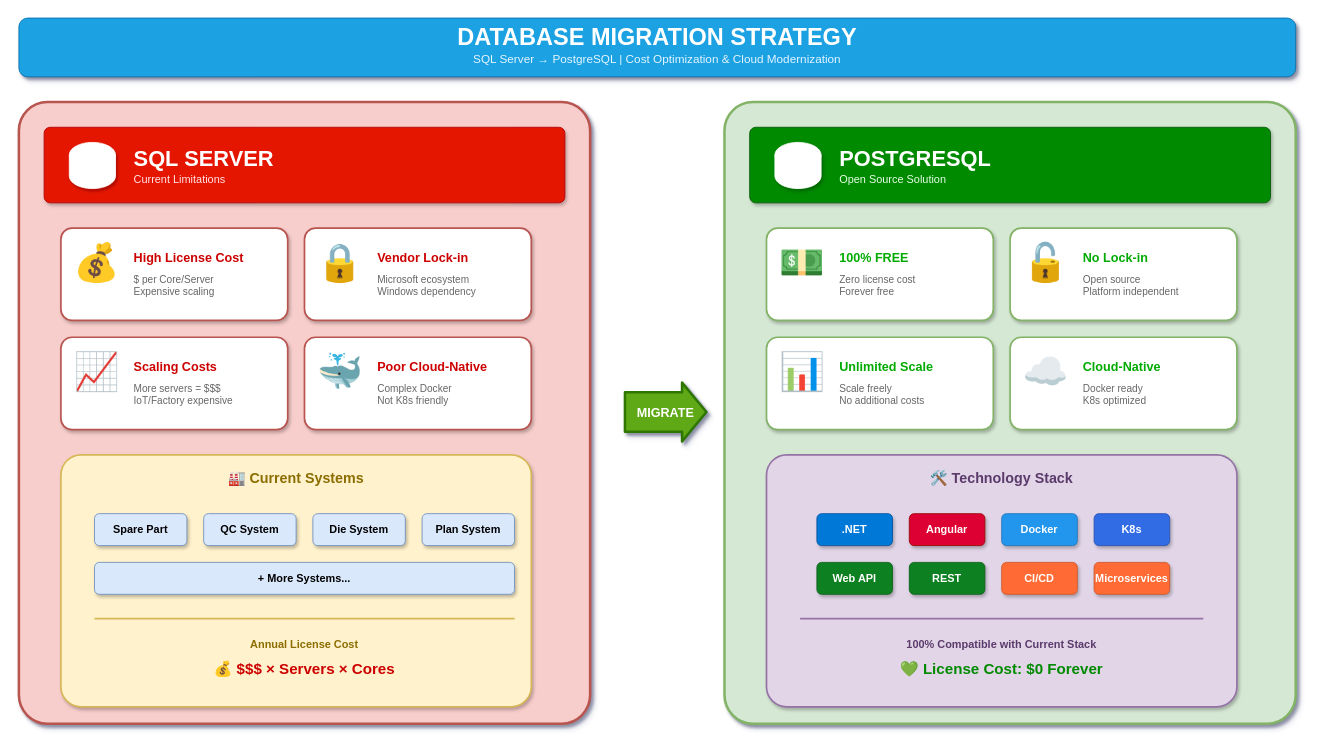
Above: migration-strategy.drawio in tien01nx/angular111 (draw.io), before the change. Source tidied: cells renumbered, new cells numbered last; positions are measured from the earlier drawing's top-left corner, leaving out a move shared by most shapes. Both pictures are drawn from the tidied source at 84%, with x=0, y=0 at pixel (18, 18).
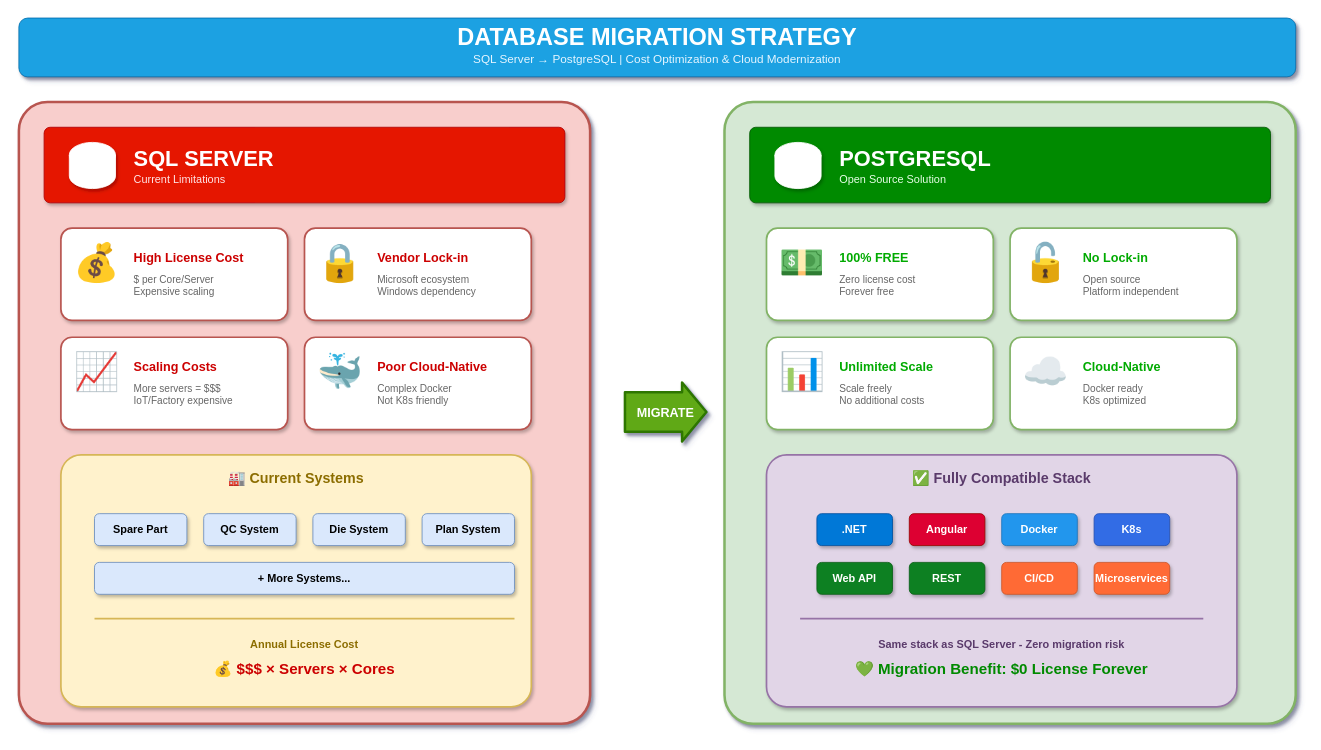
The same page after the edit.

Diff of the diagram source:
```diff
@@
-    <mxCell id="60" value="🛠️ Technology Stack" style="text;html=1;strokeColor=none;fillColor=none;align=center;verticalAlign=middle;whiteSpace=wrap;rounded=0;fontSize=17;fontStyle=1;fontColor=#5A3A6B;" parent="1" vertex="1">
+    <mxCell id="60" value="✅ Fully Compatible Stack" style="text;html=1;strokeColor=none;fillColor=none;align=center;verticalAlign=middle;whiteSpace=wrap;rounded=0;fontSize=17;fontStyle=1;fontColor=#5A3A6B;" parent="1" vertex="1">
       <mxGeometry x="890" y="535" width="560" height="28" as="geometry" />
     </mxCell>
@@
-    <mxCell id="70" value="100% Compatible with Current Stack" style="text;html=1;strokeColor=none;fillColor=none;align=center;verticalAlign=middle;whiteSpace=wrap;rounded=0;fontSize=13;fontStyle=1;fontColor=#5A3A6B;" parent="1" vertex="1">
+    <mxCell id="70" value="Same stack as SQL Server - Zero migration risk" style="text;html=1;strokeColor=none;fillColor=none;align=center;verticalAlign=middle;whiteSpace=wrap;rounded=0;fontSize=13;fontStyle=1;fontColor=#5A3A6B;" parent="1" vertex="1">
       <mxGeometry x="930" y="735" width="480" height="20" as="geometry" />
     </mxCell>
-    <mxCell id="71" value="💚 License Cost: $0 Forever" style="text;html=1;strokeColor=none;fillColor=none;align=center;verticalAlign=middle;whiteSpace=wrap;rounded=0;fontSize=18;fontStyle=1;fontColor=#008A00;" parent="1" vertex="1">
+    <mxCell id="71" value="💚 Migration Benefit: $0 License Forever" style="text;html=1;strokeColor=none;fillColor=none;align=center;verticalAlign=middle;whiteSpace=wrap;rounded=0;fontSize=18;fontStyle=1;fontColor=#008A00;" parent="1" vertex="1">
       <mxGeometry x="930" y="760" width="480" height="30" as="geometry" />
     </mxCell>
```
